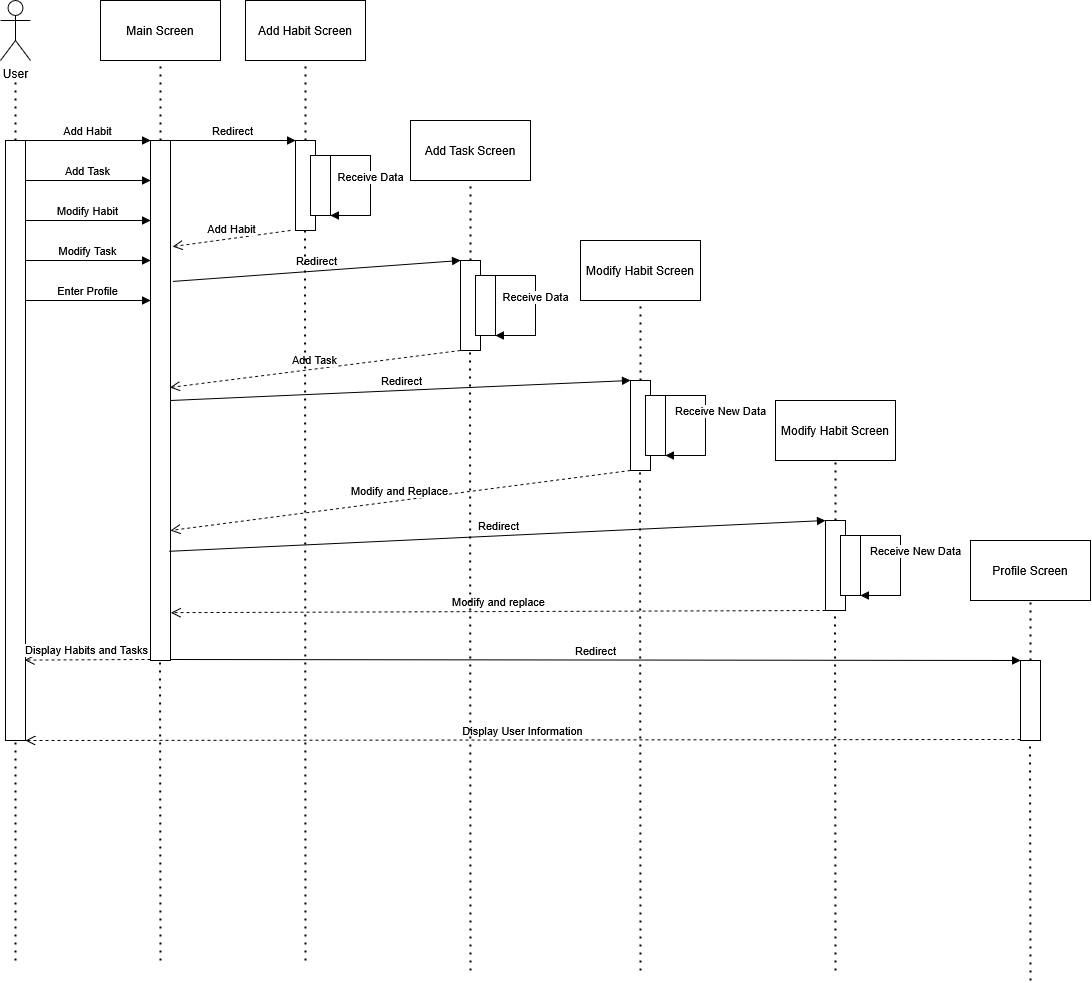
Fabiancipher/OOP_project keeps this draw.io diagram as Diagrams/Sequence_Main.drawio.png. Above is the earlier version. Source tidied: cells renumbered, new cells last; positions are measured from the earlier drawing's top-left corner, leaving out a move shared by most shapes.
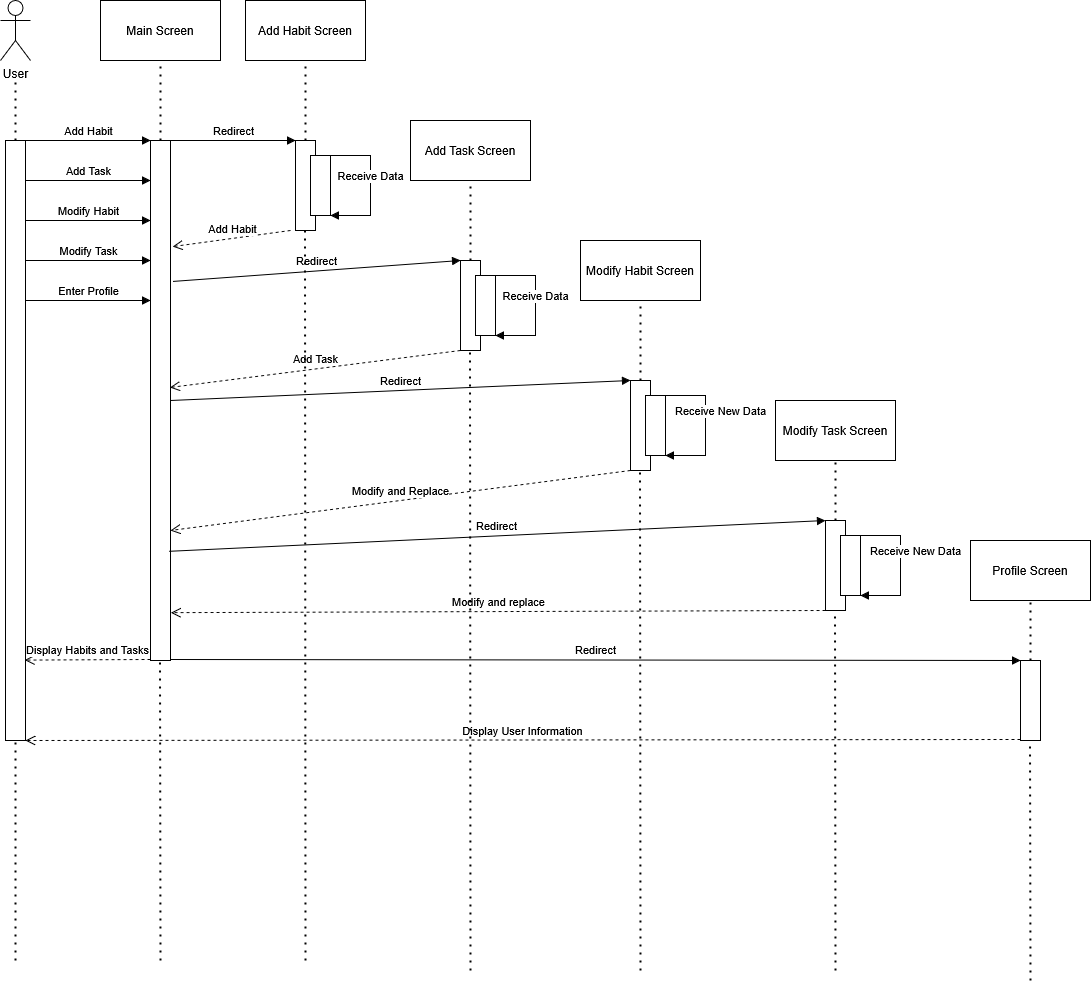
After the commit.

The edit, as a diff of the source:
```diff
@@ -162,7 +162,7 @@
     <mxCell id="33" value="Redirect" style="html=1;verticalAlign=bottom;endArrow=block;curved=0;rounded=0;entryX=0;entryY=0;entryDx=0;entryDy=0;exitX=1;exitY=0.5;exitDx=0;exitDy=0;" parent="1" edge="1" source="7" target="29">
       <mxGeometry relative="1" as="geometry" />
     </mxCell>
-    <mxCell id="34" value="Modify Habit Screen" style="rounded=0;whiteSpace=wrap;html=1;" parent="1" vertex="1">
+    <mxCell id="34" value="Modify Task Screen" style="rounded=0;whiteSpace=wrap;html=1;" parent="1" vertex="1">
       <mxGeometry x="775" y="400" width="120" height="60" as="geometry" />
     </mxCell>
     <mxCell id="35" style="endArrow=none;dashed=1;html=1;dashPattern=1 3;strokeWidth=2;rounded=0;entryX=0.5;entryY=1;entryDx=0;entryDy=0;" parent="1" edge="1" target="34">
```
